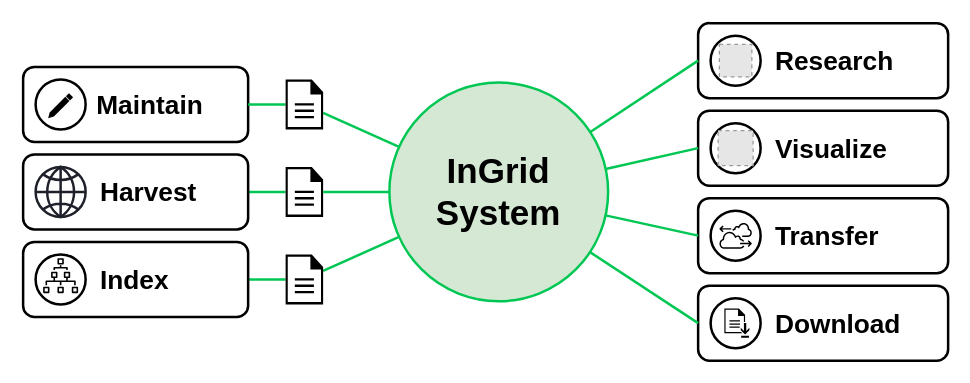
This is docs/assets/drawio/ingrid-overview.drawio from informationgrid/ingrid-oss.eu, a draw.io file, before an edit. Source tidied: cells renumbered, new cells numbered last; positions are measured from the earlier drawing's top-left corner, leaving out a move shared by most shapes. Both pictures are drawn from the tidied source at 125%, with x=0, y=0 at pixel (22, 22). Pictures stored in the file or linked from it are replaced by grey dashed boxes.
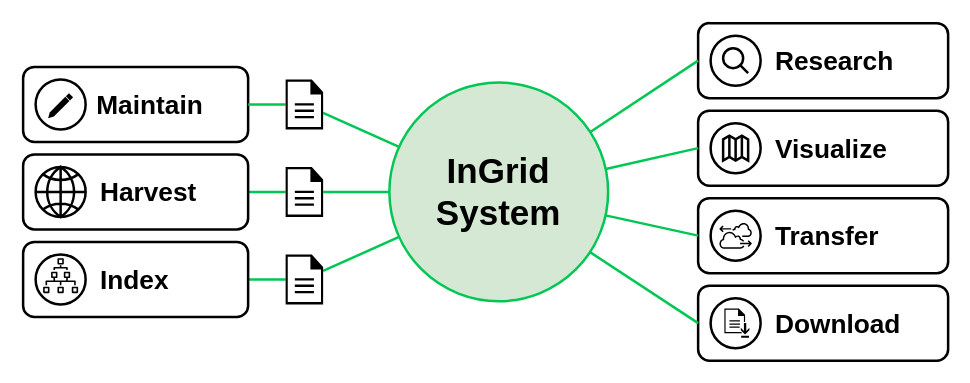
The same page after the edit.

Commit message (it also covers changes not shown here):
Update drawio "ingrid-overview"

The change refers to these unchanged cells:
```xml
<mxCell id="6" style="group;" parent="1" vertex="1">
  <mxGeometry x="550" y="80" width="40" height="40" as="geometry" />
</mxCell>
<mxCell id="19" style="group;" parent="1" vertex="1">
  <mxGeometry x="550" y="10" width="40" height="40" as="geometry" />
</mxCell>
```

Change to the diagram source:
```diff
@@
-    <mxCell id="8" style="fillColor=#E6E6E6;strokeColor=#999999;dashed=1;html=1;verticalAlign=top;verticalLabelPosition=bottom;labelBackgroundColor=#ffffff;align=center;fontFamily=Helvetica;fontSize=12;fontColor=#000000;fontStyle=1;" parent="6" vertex="1">
-      <mxGeometry x="6" y="6" width="28" height="28" as="geometry" />
-    </mxCell>
+    <mxCell id="49" style="html=1;verticalLabelPosition=bottom;align=center;labelBackgroundColor=#ffffff;verticalAlign=top;strokeWidth=2;strokeColor=#000000;shadow=0;dashed=0;shape=mxgraph.ios7.icons.map;fillColor=none;" parent="6" vertex="1">
+      <mxGeometry x="10" y="10" width="20" height="20" as="geometry" />
+    </mxCell>
@@
-    <mxCell id="21" style="fillColor=#E6E6E6;strokeColor=#999999;dashed=1;html=1;verticalAlign=top;verticalLabelPosition=bottom;labelBackgroundColor=#ffffff;align=center;fontFamily=Helvetica;fontSize=12;fontColor=#000000;fontStyle=1;" parent="19" vertex="1">
-      <mxGeometry x="7" y="7" width="26" height="26" as="geometry" />
-    </mxCell>
+    <mxCell id="50" style="html=1;verticalLabelPosition=bottom;align=center;labelBackgroundColor=#ffffff;verticalAlign=top;strokeWidth=2;strokeColor=#000000;shadow=0;dashed=0;shape=mxgraph.ios7.icons.looking_glass;fillColor=none;" parent="19" vertex="1">
+      <mxGeometry x="10" y="10" width="20" height="20" as="geometry" />
+    </mxCell>
@@
-    <mxCell id="32" style="html=1;verticalLabelPosition=bottom;align=center;labelBackgroundColor=#ffffff;verticalAlign=top;strokeWidth=2;strokeColor=#1E2129;shadow=0;dashed=0;shape=mxgraph.ios7.icons.globe;fillColor=none;" parent="1" vertex="1">
+    <mxCell id="32" style="html=1;verticalLabelPosition=bottom;align=center;labelBackgroundColor=#ffffff;verticalAlign=top;strokeWidth=2;strokeColor=#000000;shadow=0;dashed=0;shape=mxgraph.ios7.icons.globe;fillColor=none;" parent="1" vertex="1">
       <mxGeometry x="10" y="115" width="40" height="40" as="geometry" />
     </mxCell>
```
